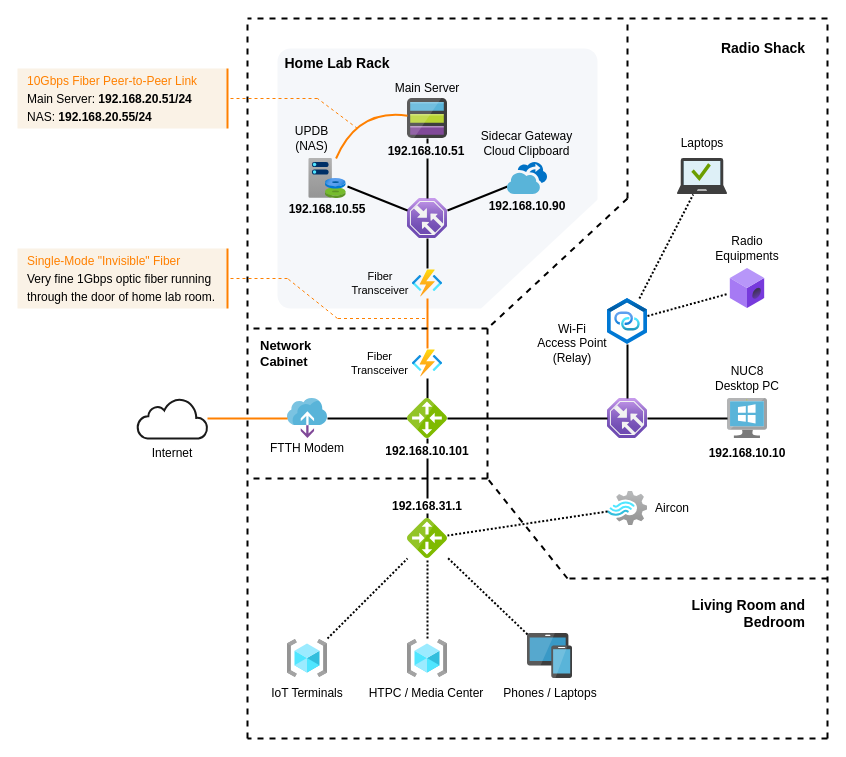
Before: image/G2/homelab/homenet.drawio in bd4sur/bd4sur.github.io, a draw.io diagram. Source tidied: cells renumbered, new cells numbered last; positions are measured from the earlier drawing's top-left corner, leaving out a move shared by most shapes. Both pictures are drawn from the tidied source at 100%, with x=0, y=0 at pixel (17, 18).
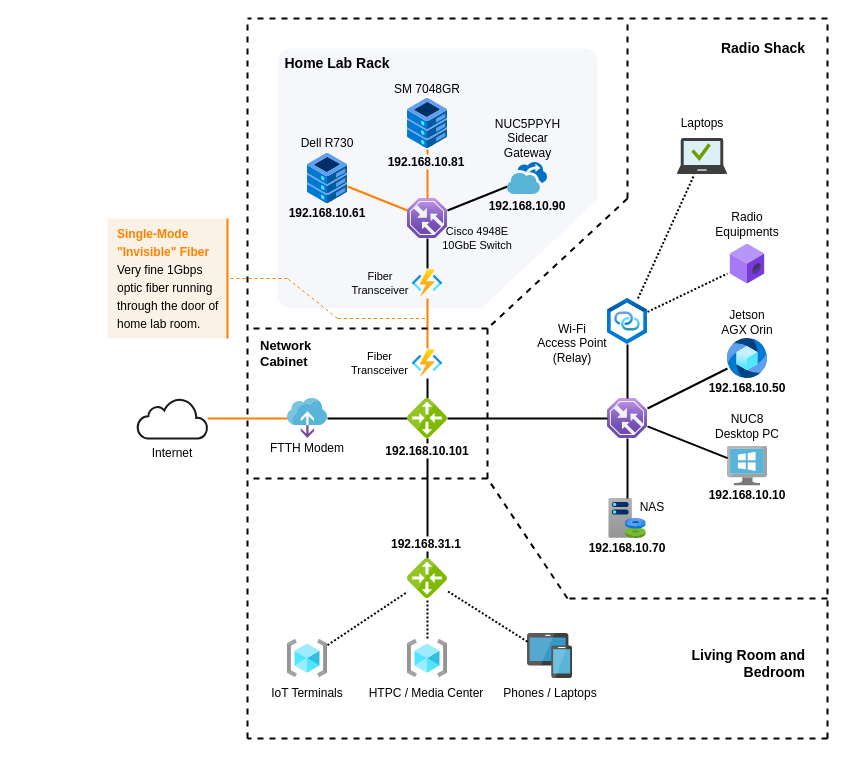
Above is the later version.

The change refers to these unchanged cells:
```xml
<mxCell id="4" style="html=1;points=[];align=center;image;fontSize=12;image=img/lib/azure2/networking/Traffic_Manager_Profiles.svg;" parent="1" vertex="1">
  <mxGeometry x="390" y="180" width="40" height="40" as="geometry" />
</mxCell>
<mxCell id="16" style="html=1;points=[];align=center;image;fontSize=12;image=img/lib/azure2/networking/Traffic_Manager_Profiles.svg;" parent="1" vertex="1">
  <mxGeometry x="590" y="380" width="40" height="40" as="geometry" />
</mxCell>
```

Diff of the diagram source:
```diff
@@
-    <mxCell id="11" style="endArrow=none;html=1;strokeWidth=2;" parent="1" edge="1" source="4" target="28">
-      <mxGeometry relative="1" as="geometry" />
-    </mxCell>
@@
-    <mxCell id="15" style="html=1;points=[];align=center;image;fontSize=12;image=img/lib/azure2/analytics/Stream_Analytics_Jobs.svg;" parent="1" vertex="1">
-      <mxGeometry x="590" y="470" width="40" height="40" as="geometry" />
-    </mxCell>
@@
-    <mxCell id="19" style="html=1;points=[];align=center;image;fontSize=12;image=img/lib/azure2/azure_stack/Capacity.svg;" parent="1" vertex="1">
-      <mxGeometry x="290" y="140" width="40" height="40" as="geometry" />
-    </mxCell>
-    <mxCell id="20" style="endArrow=none;html=1;strokeWidth=2;" parent="1" edge="1" source="19" target="4">
-      <mxGeometry relative="1" as="geometry" />
-    </mxCell>
@@
     <mxCell id="25" style="html=1;points=[];align=center;image;fontSize=12;image=img/lib/mscae/VirtualMachineWindows.svg;" parent="1" vertex="1">
-      <mxGeometry x="710" y="380" width="40" height="40" as="geometry" />
+      <mxGeometry x="710" y="427.5" width="40" height="40" as="geometry" />
     </mxCell>
@@
-    <mxCell id="28" style="html=1;points=[];align=center;image;fontSize=12;image=img/lib/mscae/General_Storage.svg;" parent="1" vertex="1">
-      <mxGeometry x="390" y="80" width="40" height="40" as="geometry" />
-    </mxCell>
@@
     <mxCell id="34" style="html=1;points=[];align=center;image;fontSize=12;image=img/lib/mscae/Local_Network_Gateways.svg;" parent="1" vertex="1">
-      <mxGeometry x="390" y="500" width="40" height="40" as="geometry" />
+      <mxGeometry x="390" y="540" width="40" height="40" as="geometry" />
     </mxCell>
     <mxCell id="35" style="html=1;points=[];align=center;image;fontSize=12;image=img/lib/mscae/Managed_Desktop.svg;strokeColor=#1A1A1A;" parent="1" vertex="1">
-      <mxGeometry x="660" y="140" width="50" height="36" as="geometry" />
+      <mxGeometry x="660" y="120" width="50" height="36" as="geometry" />
     </mxCell>
-    <mxCell id="36" value="NUC8 Desktop PC" style="text;html=1;strokeColor=none;fillColor=none;align=center;verticalAlign=middle;whiteSpace=wrap;rounded=0;" parent="1" vertex="1">
-      <mxGeometry x="695" y="340" width="70" height="40" as="geometry" />
+    <mxCell id="36" value="NUC8&lt;br&gt;Desktop PC" style="text;html=1;strokeColor=none;fillColor=none;align=center;verticalAlign=middle;whiteSpace=wrap;rounded=0;" parent="1" vertex="1">
+      <mxGeometry x="695" y="390" width="70" height="35.5" as="geometry" />
     </mxCell>
@@
     <mxCell id="43" style="endArrow=none;html=1;strokeWidth=2;dashed=1;" parent="1" edge="1">
       <mxGeometry relative="1" as="geometry">
-        <mxPoint x="550" y="560" as="sourcePoint" />
+        <mxPoint x="550" y="580" as="sourcePoint" />
         <mxPoint x="470" y="460" as="targetPoint" />
       </mxGeometry>
     </mxCell>
     <mxCell id="44" style="endArrow=none;html=1;strokeWidth=2;dashed=1;" parent="1" edge="1">
       <mxGeometry relative="1" as="geometry">
-        <mxPoint x="810" y="560" as="sourcePoint" />
-        <mxPoint x="550" y="560" as="targetPoint" />
+        <mxPoint x="810" y="580" as="sourcePoint" />
+        <mxPoint x="550" y="580" as="targetPoint" />
       </mxGeometry>
     </mxCell>
@@
-    <mxCell id="47" style="endArrow=none;html=1;strokeWidth=2;dashed=1;dashPattern=1 1;" parent="1" edge="1" source="15" target="34">
-      <mxGeometry relative="1" as="geometry" />
-    </mxCell>
@@
     <mxCell id="50" style="html=1;points=[];align=center;image;fontSize=12;image=img/lib/azure2/blockchain/ABS_Member.svg;strokeColor=#1A1A1A;" parent="1" vertex="1">
-      <mxGeometry x="710" y="250" width="40" height="40" as="geometry" />
+      <mxGeometry x="710" y="225.5" width="40" height="40" as="geometry" />
     </mxCell>
@@
     <mxCell id="52" value="Radio Equipments" style="text;html=1;strokeColor=none;fillColor=none;align=center;verticalAlign=middle;whiteSpace=wrap;rounded=0;" parent="1" vertex="1">
-      <mxGeometry x="695" y="210" width="70" height="40" as="geometry" />
+      <mxGeometry x="695" y="185.5" width="70" height="40" as="geometry" />
     </mxCell>
     <mxCell id="53" value="Laptops" style="text;html=1;strokeColor=none;fillColor=none;align=center;verticalAlign=middle;whiteSpace=wrap;rounded=0;" parent="1" vertex="1">
-      <mxGeometry x="650" y="110" width="70" height="30" as="geometry" />
+      <mxGeometry x="650" y="90" width="70" height="30" as="geometry" />
     </mxCell>
@@
-    <mxCell id="57" value="Aircon" style="text;html=1;strokeColor=none;fillColor=none;align=center;verticalAlign=middle;whiteSpace=wrap;rounded=0;" parent="1" vertex="1">
-      <mxGeometry x="630" y="475" width="50" height="30" as="geometry" />
-    </mxCell>
@@
     <mxCell id="62" value="192.168.31.1" style="text;html=1;strokeColor=none;align=center;verticalAlign=middle;whiteSpace=wrap;rounded=0;fillColor=#ffffff;fontStyle=1;" parent="1" vertex="1">
-      <mxGeometry x="370" y="480" width="80" height="15" as="geometry" />
+      <mxGeometry x="368.8" y="518" width="80" height="15" as="geometry" />
     </mxCell>
@@
-    <mxCell id="65" value="Main Server" style="text;html=1;strokeColor=none;fillColor=none;align=center;verticalAlign=middle;whiteSpace=wrap;rounded=0;" parent="1" vertex="1">
-      <mxGeometry x="351.2" y="60" width="117.5" height="20" as="geometry" />
+    <mxCell id="65" value="SM 7048GR" style="text;html=1;strokeColor=none;fillColor=none;align=center;verticalAlign=middle;whiteSpace=wrap;rounded=0;" parent="1" vertex="1">
+      <mxGeometry x="351.2" y="61" width="117.5" height="20" as="geometry" />
     </mxCell>
-    <mxCell id="66" value="Sidecar Gateway&lt;br&gt;Cloud Clipboard" style="text;html=1;strokeColor=none;fillColor=none;align=center;verticalAlign=middle;whiteSpace=wrap;rounded=0;" parent="1" vertex="1">
-      <mxGeometry x="455.3" y="110" width="109.4" height="30" as="geometry" />
+    <mxCell id="66" value="NUC5PPYH&lt;br&gt;Sidecar&lt;br&gt;Gateway" style="text;html=1;strokeColor=none;fillColor=none;align=center;verticalAlign=middle;whiteSpace=wrap;rounded=0;" parent="1" vertex="1">
+      <mxGeometry x="472.6" y="100" width="74.7" height="40" as="geometry" />
     </mxCell>
-    <mxCell id="67" value="UPDB&lt;br&gt;(NAS)" style="text;html=1;strokeColor=none;fillColor=none;align=center;verticalAlign=middle;whiteSpace=wrap;rounded=0;" parent="1" vertex="1">
-      <mxGeometry x="270" y="100" width="48.8" height="40" as="geometry" />
+    <mxCell id="67" value="Dell R730" style="text;html=1;strokeColor=none;fillColor=none;align=center;verticalAlign=middle;whiteSpace=wrap;rounded=0;" parent="1" vertex="1">
+      <mxGeometry x="275" y="115" width="70" height="20" as="geometry" />
     </mxCell>
@@
-    <mxCell id="69" value="192.168.10.51" style="text;html=1;strokeColor=none;align=center;verticalAlign=middle;whiteSpace=wrap;rounded=0;fontStyle=1;fillColor=#F5F7FA;" parent="1" vertex="1">
-      <mxGeometry x="368.8" y="125" width="80" height="15" as="geometry" />
-    </mxCell>
@@
-    <mxCell id="71" value="192.168.10.55" style="text;html=1;strokeColor=none;align=center;verticalAlign=middle;whiteSpace=wrap;rounded=0;fontStyle=1;fillColor=#F5F7FA;" parent="1" vertex="1">
-      <mxGeometry x="270" y="183" width="80" height="15" as="geometry" />
+    <mxCell id="71" value="192.168.10.61" style="text;html=1;strokeColor=none;align=center;verticalAlign=middle;whiteSpace=wrap;rounded=0;fontStyle=1;fillColor=#F5F7FA;" parent="1" vertex="1">
+      <mxGeometry x="270" y="187" width="80" height="15" as="geometry" />
     </mxCell>
@@
     <mxCell id="73" value="Living Room and Bedroom" style="text;html=1;strokeColor=none;fillColor=none;align=right;verticalAlign=middle;whiteSpace=wrap;rounded=0;fontStyle=1;fontSize=14;" parent="1" vertex="1">
-      <mxGeometry x="630" y="580" width="160" height="30" as="geometry" />
+      <mxGeometry x="630" y="630" width="160" height="30" as="geometry" />
     </mxCell>
@@
     <mxCell id="75" value="192.168.10.10" style="text;html=1;strokeColor=none;align=center;verticalAlign=middle;whiteSpace=wrap;rounded=0;fontStyle=1;" parent="1" vertex="1">
-      <mxGeometry x="690" y="427.5" width="80" height="15" as="geometry" />
+      <mxGeometry x="690" y="469" width="80" height="15" as="geometry" />
     </mxCell>
@@
-    <mxCell id="77" style="curved=1;endArrow=none;html=1;endFill=0;strokeWidth=2;strokeColor=#FF8000;" parent="1" edge="1" source="19" target="28">
-      <mxGeometry relative="1" as="geometry">
-        <Array as="points">
-          <mxPoint x="340" y="90" />
-        </Array>
-      </mxGeometry>
-    </mxCell>
-    <mxCell id="78" value="&lt;p style=&quot;line-height: 150%&quot;&gt;&lt;font color=&quot;#ff8000&quot;&gt;10Gbps Fiber Peer-to-Peer Link&lt;/font&gt;&lt;br&gt;Main Server: &lt;b&gt;192.168.20.51/24&lt;/b&gt;&lt;br&gt;NAS: &lt;b&gt;192.168.20.55/24&lt;/b&gt;&lt;/p&gt;" style="text;html=1;strokeColor=none;align=left;verticalAlign=middle;whiteSpace=wrap;rounded=0;spacingLeft=8;fillColor=#FAF2E6;" parent="1" vertex="1">
-      <mxGeometry y="50" width="210" height="60" as="geometry" />
-    </mxCell>
-    <mxCell id="79" style="endArrow=none;html=1;entryX=1;entryY=0.5;entryDx=0;entryDy=0;strokeColor=#FF8000;dashed=1;" parent="1" edge="1" target="78">
-      <mxGeometry relative="1" as="geometry">
-        <mxPoint x="300" y="80" as="sourcePoint" />
-      </mxGeometry>
-    </mxCell>
-    <mxCell id="80" style="endArrow=none;html=1;entryX=1;entryY=0.5;entryDx=0;entryDy=0;strokeColor=#FF8000;dashed=1;" parent="1" edge="1">
-      <mxGeometry relative="1" as="geometry">
-        <mxPoint x="340" y="110" as="sourcePoint" />
-        <mxPoint x="300" y="80" as="targetPoint" />
-      </mxGeometry>
-    </mxCell>
-    <mxCell id="81" style="endArrow=none;html=1;entryX=1;entryY=0.5;entryDx=0;entryDy=0;strokeColor=#FF8000;strokeWidth=2;" parent="1" edge="1">
-      <mxGeometry relative="1" as="geometry">
-        <mxPoint x="210" y="110" as="sourcePoint" />
-        <mxPoint x="210" y="50" as="targetPoint" />
-      </mxGeometry>
-    </mxCell>
-    <mxCell id="82" value="&lt;p style=&quot;line-height: 150%&quot;&gt;&lt;font color=&quot;#ff8000&quot;&gt;Single-Mode &quot;Invisible&quot; Fiber&lt;/font&gt;&lt;br&gt;Very fine 1Gbps optic fiber running through the door of home lab room.&lt;br&gt;&lt;/p&gt;" style="text;html=1;strokeColor=none;align=left;verticalAlign=middle;whiteSpace=wrap;rounded=0;spacingLeft=8;fillColor=#FAF2E6;" parent="1" vertex="1">
-      <mxGeometry y="230" width="210" height="60" as="geometry" />
+    <mxCell id="82" value="&lt;p style=&quot;line-height: 150%&quot;&gt;&lt;font color=&quot;#ff8000&quot;&gt;&lt;b&gt;Single-Mode &quot;Invisible&quot; Fiber&lt;/b&gt;&lt;/font&gt;&lt;br&gt;&lt;font style=&quot;font-size: 12px;&quot;&gt;Very fine 1Gbps optic fiber running through the door of home lab room.&lt;/font&gt;&lt;br&gt;&lt;/p&gt;" style="text;html=1;strokeColor=none;align=left;verticalAlign=middle;whiteSpace=wrap;rounded=0;spacingLeft=8;fillColor=#FAF2E6;" parent="1" vertex="1">
+      <mxGeometry x="90" y="200" width="120" height="120" as="geometry" />
     </mxCell>
-    <mxCell id="83" style="endArrow=none;html=1;entryX=1;entryY=0.5;entryDx=0;entryDy=0;strokeColor=#FF8000;strokeWidth=2;" parent="1" edge="1">
-      <mxGeometry relative="1" as="geometry">
-        <mxPoint x="210" y="290" as="sourcePoint" />
-        <mxPoint x="210" y="230" as="targetPoint" />
-      </mxGeometry>
+    <mxCell id="83" style="endArrow=none;html=1;entryX=1;entryY=0;entryDx=0;entryDy=0;strokeColor=#FF8000;strokeWidth=2;exitX=1;exitY=1;exitDx=0;exitDy=0;" parent="1" edge="1" source="82" target="82">
+      <mxGeometry relative="1" as="geometry" />
     </mxCell>
@@
+    <mxCell id="87" style="endArrow=none;html=1;endFill=0;strokeWidth=2;strokeColor=#FF8000;" parent="1" edge="1" source="94" target="4">
+      <mxGeometry relative="1" as="geometry" />
+    </mxCell>
+    <mxCell id="88" style="endArrow=none;html=1;endFill=0;strokeWidth=2;strokeColor=#FF8000;" parent="1" edge="1" source="4" target="95">
+      <mxGeometry relative="1" as="geometry" />
+    </mxCell>
+    <mxCell id="69" value="192.168.10.81" style="text;html=1;strokeColor=none;align=center;verticalAlign=middle;whiteSpace=wrap;rounded=0;fontStyle=1;fillColor=#F5F7FA;" parent="1" vertex="1">
+      <mxGeometry x="368.8" y="136" width="80" height="15" as="geometry" />
+    </mxCell>
+    <mxCell id="89" style="html=1;points=[];align=center;image;fontSize=12;image=img/lib/azure2/azure_stack/Capacity.svg;" parent="1" vertex="1">
+      <mxGeometry x="590" y="480" width="40" height="40" as="geometry" />
+    </mxCell>
+    <mxCell id="90" value="Cisco 4948E&lt;br&gt;10GbE Switch" style="text;html=1;strokeColor=none;fillColor=none;align=center;verticalAlign=middle;whiteSpace=wrap;rounded=0;fontSize=11;" parent="1" vertex="1">
+      <mxGeometry x="420" y="210" width="80" height="20" as="geometry" />
+    </mxCell>
+    <mxCell id="91" style="endArrow=none;html=1;strokeWidth=2;" parent="1" edge="1" source="89" target="16">
+      <mxGeometry relative="1" as="geometry" />
+    </mxCell>
+    <mxCell id="92" value="192.168.10.70" style="text;html=1;strokeColor=none;align=center;verticalAlign=middle;whiteSpace=wrap;rounded=0;fontStyle=1;" parent="1" vertex="1">
+      <mxGeometry x="570" y="522" width="80" height="15" as="geometry" />
+    </mxCell>
+    <mxCell id="93" value="NAS" style="text;html=1;strokeColor=none;fillColor=none;align=center;verticalAlign=middle;whiteSpace=wrap;rounded=0;" parent="1" vertex="1">
+      <mxGeometry x="620" y="477.5" width="30" height="22.5" as="geometry" />
+    </mxCell>
+    <mxCell id="94" style="image;html=1;points=[];align=center;fontSize=12;image=img/lib/azure2/other/Fiji.svg;" parent="1" vertex="1">
+      <mxGeometry x="290" y="134" width="40" height="52" as="geometry" />
+    </mxCell>
+    <mxCell id="95" style="image;html=1;points=[];align=center;fontSize=12;image=img/lib/azure2/other/Fiji.svg;" parent="1" vertex="1">
+      <mxGeometry x="390" y="79" width="40" height="52" as="geometry" />
+    </mxCell>
+    <mxCell id="96" style="image;html=1;points=[];align=center;fontSize=12;image=img/lib/azure2/web/Azure_Media_Service.svg;" parent="1" vertex="1">
+      <mxGeometry x="710" y="320" width="40" height="40" as="geometry" />
+    </mxCell>
+    <mxCell id="97" style="endArrow=none;html=1;strokeWidth=2;" parent="1" edge="1" source="16" target="96">
+      <mxGeometry relative="1" as="geometry" />
+    </mxCell>
+    <mxCell id="98" value="192.168.10.50" style="text;html=1;strokeColor=none;align=center;verticalAlign=middle;whiteSpace=wrap;rounded=0;fontStyle=1;" parent="1" vertex="1">
+      <mxGeometry x="690" y="362" width="80" height="15" as="geometry" />
+    </mxCell>
+    <mxCell id="99" value="Jetson&lt;br&gt;AGX Orin" style="text;html=1;strokeColor=none;fillColor=none;align=center;verticalAlign=middle;whiteSpace=wrap;rounded=0;" parent="1" vertex="1">
+      <mxGeometry x="690" y="290" width="80" height="28" as="geometry" />
+    </mxCell>
```
